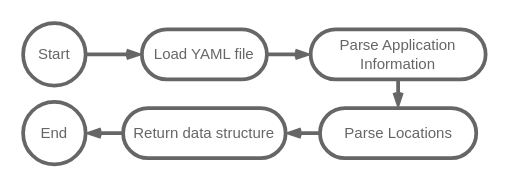
The draw.io diagram 3. Proyecto/metamodel/LexicalFlow.drawio in MrDahaniel/StarDuck, before the edit. Source tidied: cells renumbered, new cells numbered last; positions are measured from the earlier drawing's top-left corner, leaving out a move shared by most shapes. Both pictures are drawn from the tidied source at 125%, with x=0, y=0 at pixel (22, 22).
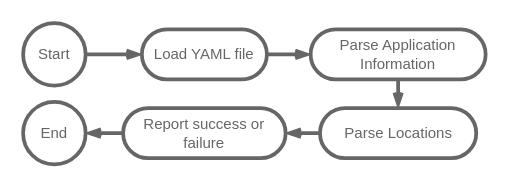
The same diagram, later.

Diff of the diagram source:
```diff
@@
 <mxGraphModel>
   <root>
     <mxCell id="0" />
     <mxCell id="1" parent="0" />
     <mxCell id="2" style="edgeStyle=orthogonalEdgeStyle;shape=connector;curved=0;rounded=1;jettySize=auto;html=1;labelBackgroundColor=default;strokeColor=#666666;strokeWidth=3;fontFamily=Helvetica;fontSize=11;fontColor=default;startArrow=none;startFill=0;endArrow=openThin;endFill=0;" parent="1" edge="1" source="3" target="9">
       <mxGeometry relative="1" as="geometry" />
     </mxCell>
     <mxCell id="3" value="Start" style="strokeWidth=3;html=1;shape=mxgraph.flowchart.start_2;whiteSpace=wrap;labelBackgroundColor=none;fillColor=#ffffff;strokeColor=#666666;fontColor=#666666;fontSize=12;fontStyle=0;rounded=1;arcSize=50;" parent="1" vertex="1">
       <mxGeometry width="50" height="50" as="geometry" />
     </mxCell>
     <mxCell id="4" style="edgeStyle=orthogonalEdgeStyle;shape=connector;curved=0;rounded=1;jettySize=auto;html=1;labelBackgroundColor=default;strokeColor=#666666;strokeWidth=3;fontFamily=Helvetica;fontSize=11;fontColor=default;startArrow=none;startFill=0;endArrow=openThin;endFill=0;" parent="1" edge="1" source="5" target="11">
       <mxGeometry relative="1" as="geometry" />
     </mxCell>
     <mxCell id="5" value="Parse Locations" style="rounded=1;whiteSpace=wrap;html=1;absoluteArcSize=1;arcSize=50;strokeWidth=3;strokeColor=#666666;fontFamily=Helvetica;fontSize=12;fontColor=#666666;fillColor=#ffffff;fontStyle=0;labelBackgroundColor=none;" parent="1" vertex="1">
       <mxGeometry x="237.5" y="68" width="125" height="40" as="geometry" />
     </mxCell>
     <mxCell id="6" style="edgeStyle=orthogonalEdgeStyle;shape=connector;curved=0;rounded=1;jettySize=auto;html=1;labelBackgroundColor=default;strokeColor=#666666;strokeWidth=3;fontFamily=Helvetica;fontSize=11;fontColor=default;startArrow=none;startFill=0;endArrow=openThin;endFill=0;" parent="1" edge="1" source="7" target="5">
       <mxGeometry relative="1" as="geometry" />
     </mxCell>
     <mxCell id="7" value="Parse Application Information" style="rounded=1;whiteSpace=wrap;html=1;absoluteArcSize=1;arcSize=50;strokeWidth=3;strokeColor=#666666;fontFamily=Helvetica;fontSize=12;fontColor=#666666;fillColor=#ffffff;fontStyle=0;labelBackgroundColor=none;" parent="1" vertex="1">
       <mxGeometry x="230" y="5" width="140" height="40" as="geometry" />
     </mxCell>
     <mxCell id="8" style="edgeStyle=orthogonalEdgeStyle;shape=connector;curved=0;rounded=1;jettySize=auto;html=1;labelBackgroundColor=default;strokeColor=#666666;strokeWidth=3;fontFamily=Helvetica;fontSize=11;fontColor=default;startArrow=none;startFill=0;endArrow=openThin;endFill=0;" parent="1" edge="1" source="9" target="7">
       <mxGeometry relative="1" as="geometry" />
     </mxCell>
     <mxCell id="9" value="Load YAML file" style="rounded=1;whiteSpace=wrap;html=1;absoluteArcSize=1;arcSize=50;strokeWidth=3;strokeColor=#666666;fontFamily=Helvetica;fontSize=12;fontColor=#666666;fillColor=#ffffff;fontStyle=0;labelBackgroundColor=none;" parent="1" vertex="1">
       <mxGeometry x="95" y="5" width="100" height="40" as="geometry" />
     </mxCell>
     <mxCell id="10" style="edgeStyle=orthogonalEdgeStyle;shape=connector;curved=0;rounded=1;jettySize=auto;html=1;labelBackgroundColor=default;strokeColor=#666666;strokeWidth=3;fontFamily=Helvetica;fontSize=11;fontColor=default;startArrow=none;startFill=0;endArrow=openThin;endFill=0;" parent="1" edge="1" source="11" target="12">
       <mxGeometry relative="1" as="geometry" />
     </mxCell>
-    <mxCell id="11" value="Return data structure" style="rounded=1;whiteSpace=wrap;html=1;absoluteArcSize=1;arcSize=50;strokeWidth=3;strokeColor=#666666;fontFamily=Helvetica;fontSize=12;fontColor=#666666;fillColor=#ffffff;fontStyle=0;labelBackgroundColor=none;" parent="1" vertex="1">
+    <mxCell id="11" value="Report success or failure" style="rounded=1;whiteSpace=wrap;html=1;absoluteArcSize=1;arcSize=50;strokeWidth=3;strokeColor=#666666;fontFamily=Helvetica;fontSize=12;fontColor=#666666;fillColor=#ffffff;fontStyle=0;labelBackgroundColor=none;" parent="1" vertex="1">
       <mxGeometry x="80" y="68" width="130" height="40" as="geometry" />
     </mxCell>
     <mxCell id="12" value="End" style="strokeWidth=3;html=1;shape=mxgraph.flowchart.start_2;whiteSpace=wrap;labelBackgroundColor=none;fillColor=#ffffff;strokeColor=#666666;fontColor=#666666;fontSize=12;fontStyle=0;rounded=1;arcSize=50;" parent="1" vertex="1">
       <mxGeometry y="63" width="50" height="50" as="geometry" />
     </mxCell>
   </root>
 </mxGraphModel>
```
